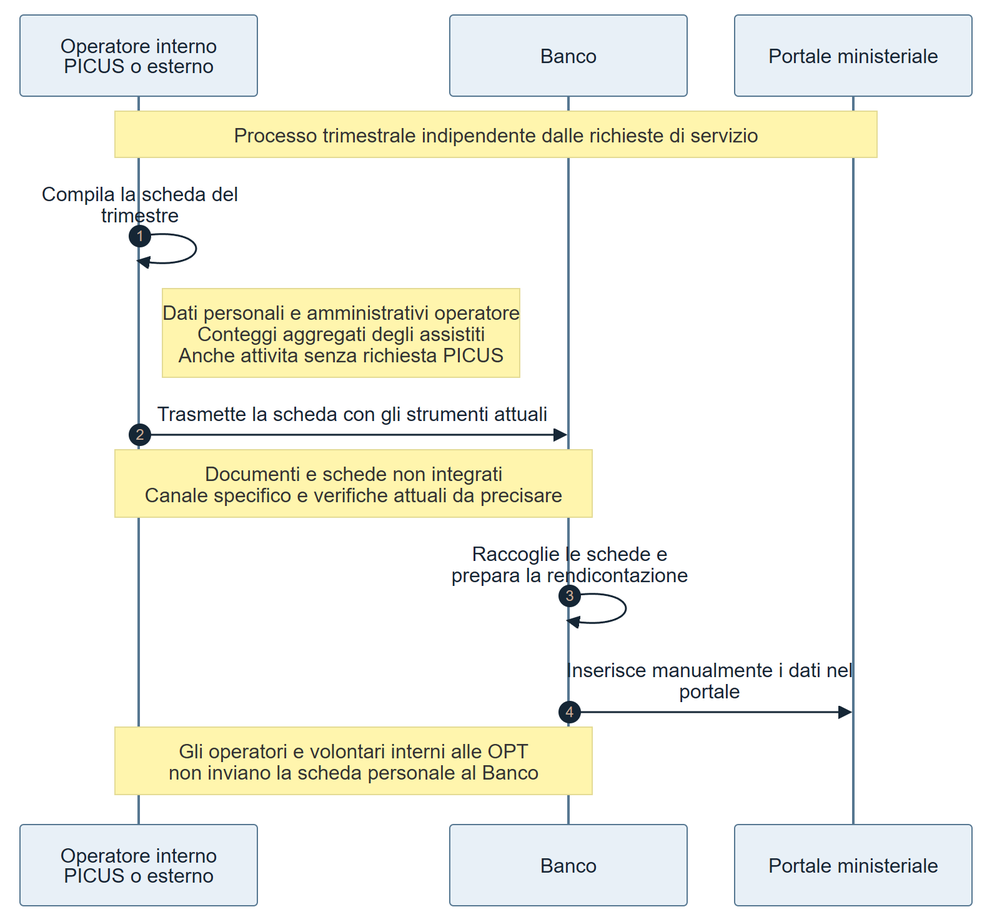
Before: docs/requirements/diagrams/ASIS-01-rendicontazione.png, a diagram exported from Mermaid (Pinguini-alla-Fragola/Progetto-SAD). Its source is kept beside it as docs/requirements/diagrams/ASIS-01-rendicontazione.mmd.
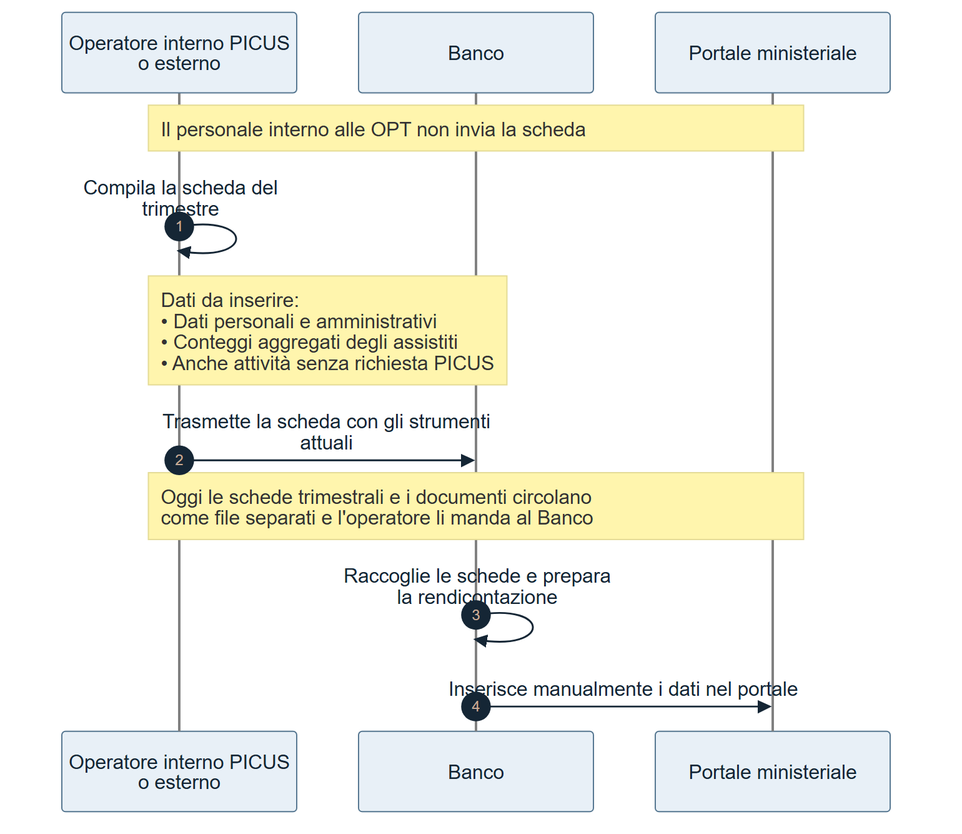
Above is the later version.

Commit message:
docs: note su duplicazioni e solleciti nell'as-is delle richieste (#32)

The edit, as a diff of the source:
```diff
@@ -1,14 +1,18 @@
+---
+config:
+  sequence:
+    noteAlign: left
+---
 sequenceDiagram
     autonumber
     participant O as Operatore interno PICUS o esterno
     participant B as Banco
     participant M as Portale ministeriale
 
-    Note over O,M: Processo trimestrale indipendente dalle richieste di servizio
+    Note over O,M: Il personale interno alle OPT non invia la scheda
     O->>O: Compila la scheda del trimestre
-    Note right of O: Dati personali e amministrativi operatore<br/>Conteggi aggregati degli assistiti<br/>Anche attivita senza richiesta PICUS
+    Note over O,B: Dati da inserire:<br/>• Dati personali e amministrativi<br/>• Conteggi aggregati degli assistiti<br/>• Anche attività senza richiesta PICUS
     O->>B: Trasmette la scheda con gli strumenti attuali
-    Note over O,B: Documenti e schede non integrati<br/>Canale specifico e verifiche attuali da precisare
+    Note over O,M: Oggi le schede trimestrali e i documenti circolano<br/>come file separati e l'operatore li manda al Banco
     B->>B: Raccoglie le schede e prepara la rendicontazione
     B->>M: Inserisce manualmente i dati nel portale
-    Note over O,B: Gli operatori e volontari interni alle OPT<br/>non inviano la scheda personale al Banco
```
